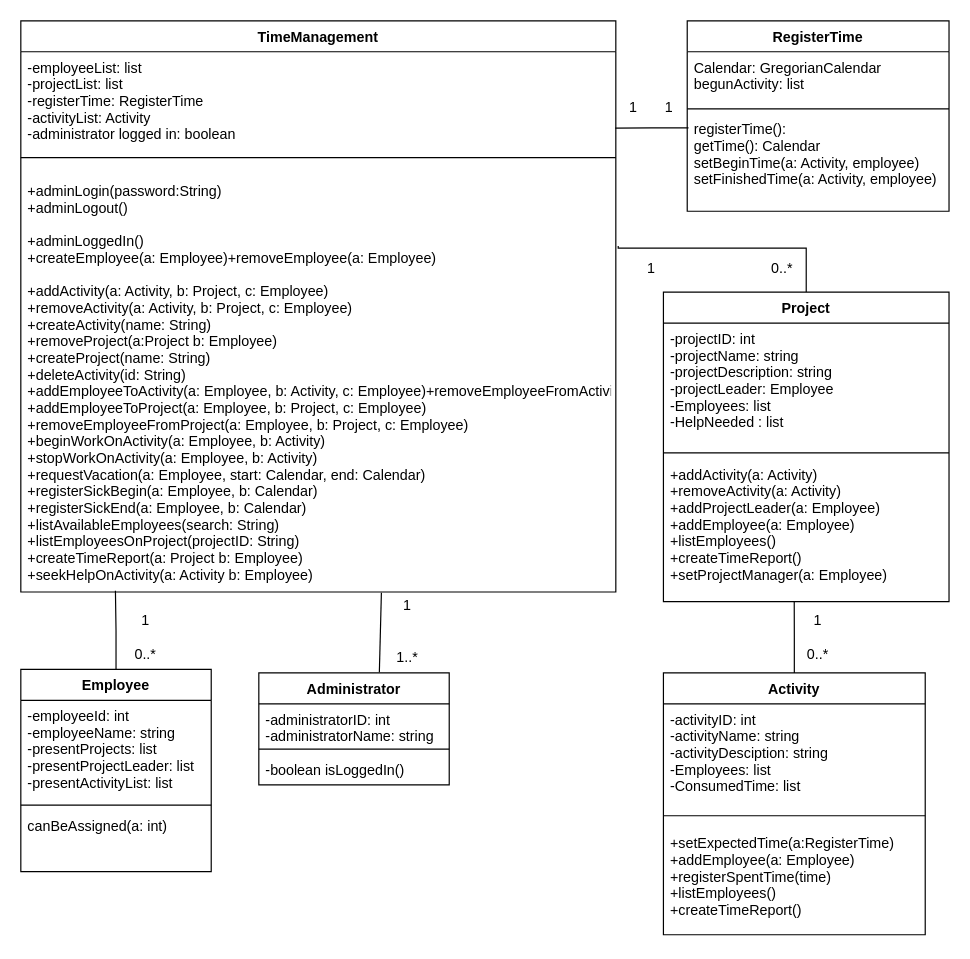
Earlier version of the draw.io diagram classdiagram.drawio (HLLissau/SoftwareProjekt). Source tidied: cells renumbered, new cells numbered last; positions are measured from the earlier drawing's top-left corner, leaving out a move shared by most shapes. Both pictures are drawn from the tidied source at 119%, with x=0, y=0 at pixel (20, 20).
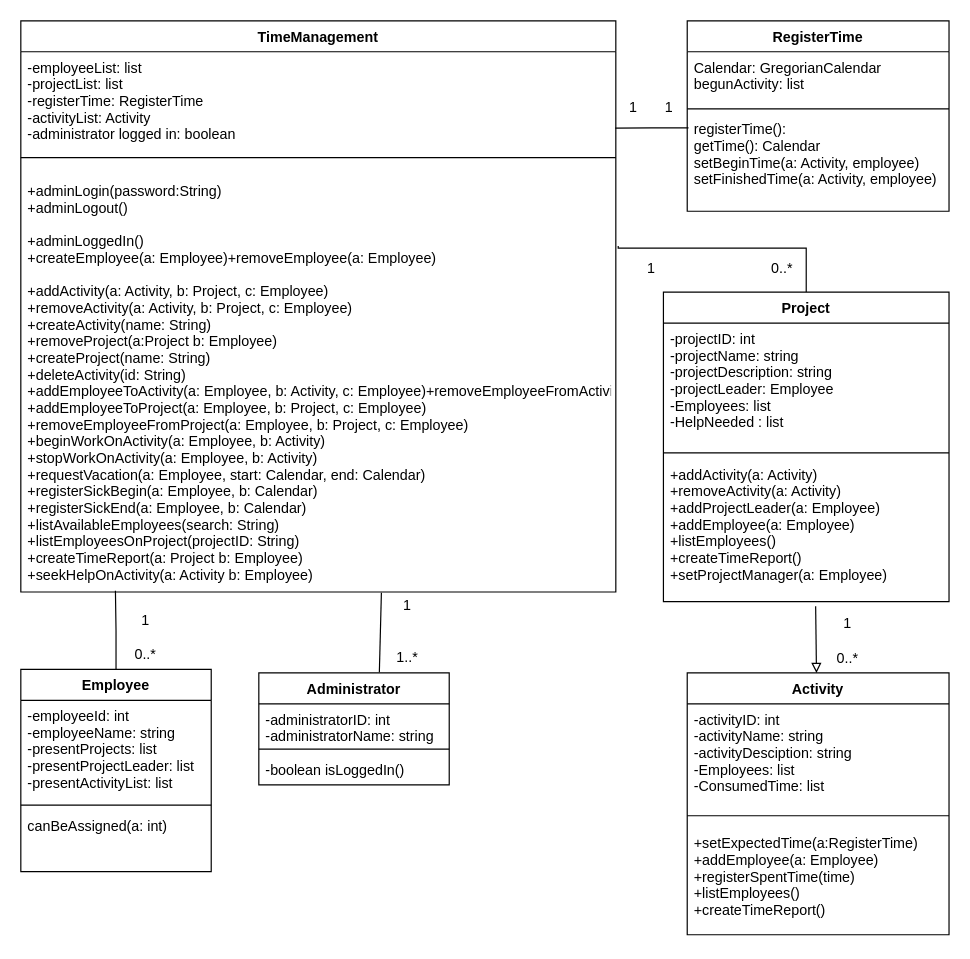
The same page after the edit.

Unchanged cells that the change refers to:
```xml
<mxCell id="15" value="+addActivity(a: Activity)&#10;+removeActivity(a: Activity)&#10;+addProjectLeader(a: Employee)&#10;+addEmployee(a: Employee)&#10;+listEmployees()&#10;+createTimeReport()&#10;+setProjectManager(a: Employee)&#10;&#10;&#10;&#10;" style="text;strokeColor=none;fillColor=none;align=left;verticalAlign=top;spacingLeft=4;spacingRight=4;overflow=hidden;points=[[0,0.5],[1,0.5]];portConstraint=eastwest;" parent="12" vertex="1">
  <mxGeometry y="140" width="240" height="120" as="geometry" />
</mxCell>
```

The edit, as a diff of the source:
```diff
@@
-    <mxCell id="16" style="edgeStyle=orthogonalEdgeStyle;rounded=0;jettySize=auto;html=1;exitX=0.5;exitY=0;exitDx=0;exitDy=0;entryX=0.458;entryY=1.001;entryDx=0;entryDy=0;entryPerimeter=0;endArrow=none;endFill=0;" parent="1" edge="1" source="17" target="15">
-      <mxGeometry relative="1" as="geometry" />
-    </mxCell>
     <mxCell id="17" value="Activity" style="swimlane;fontStyle=1;align=center;verticalAlign=top;horizontal=1;startSize=26;" parent="1" vertex="1">
-      <mxGeometry x="540" y="548" width="220" height="220" as="geometry" />
+      <mxGeometry x="560" y="548" width="220" height="220" as="geometry" />
     </mxCell>
@@
     <mxCell id="33" value="&lt;div&gt;1&lt;/div&gt;&lt;div&gt;&lt;br&gt;&lt;/div&gt;&lt;div&gt;0..*&lt;br&gt;&lt;/div&gt;" style="text;html=1;strokeColor=none;fillColor=none;align=center;verticalAlign=middle;whiteSpace=wrap;rounded=0;" parent="1" vertex="1">
-      <mxGeometry x="650" y="498" width="40" height="40" as="geometry" />
+      <mxGeometry x="675" y="501" width="40" height="40" as="geometry" />
     </mxCell>
@@
+    <mxCell id="37" style="endArrow=block;html=1;exitX=0.533;exitY=1.033;exitDx=0;exitDy=0;exitPerimeter=0;endFill=0;" parent="1" edge="1" source="15" target="17">
+      <mxGeometry relative="1" as="geometry" />
+    </mxCell>
```
